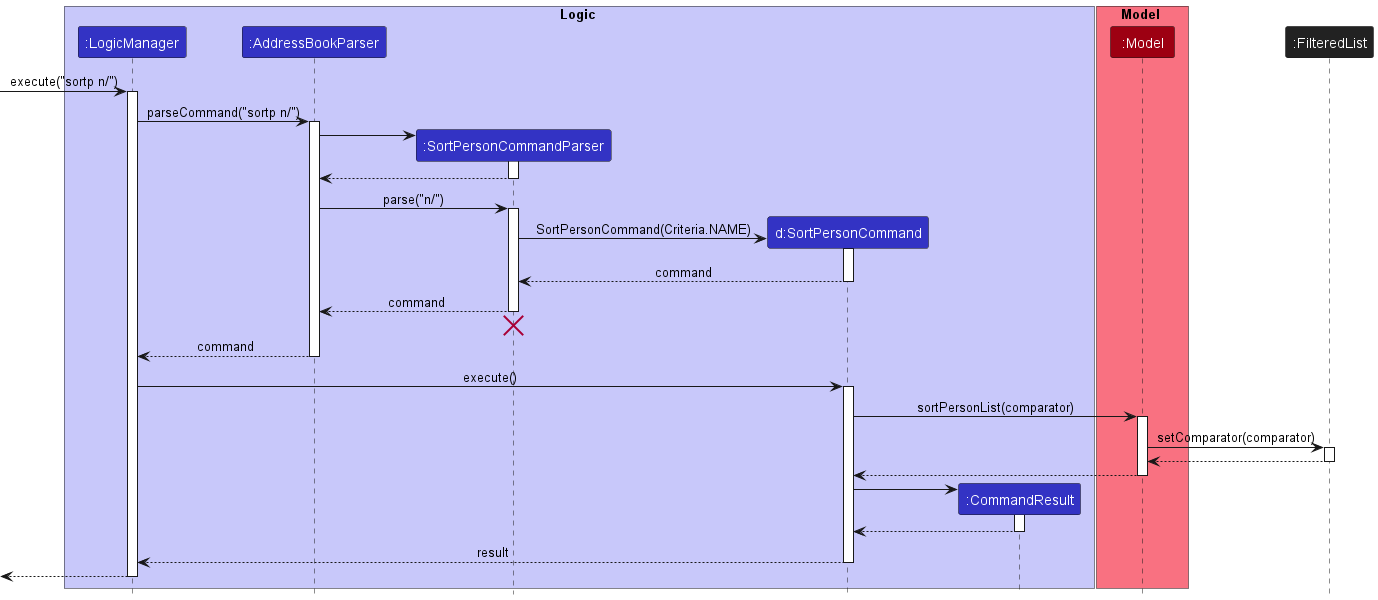
Above: docs/images/SortPersonSequence.png in nus-cs2103-AY2223S1/tp (PlantUML), before the change.
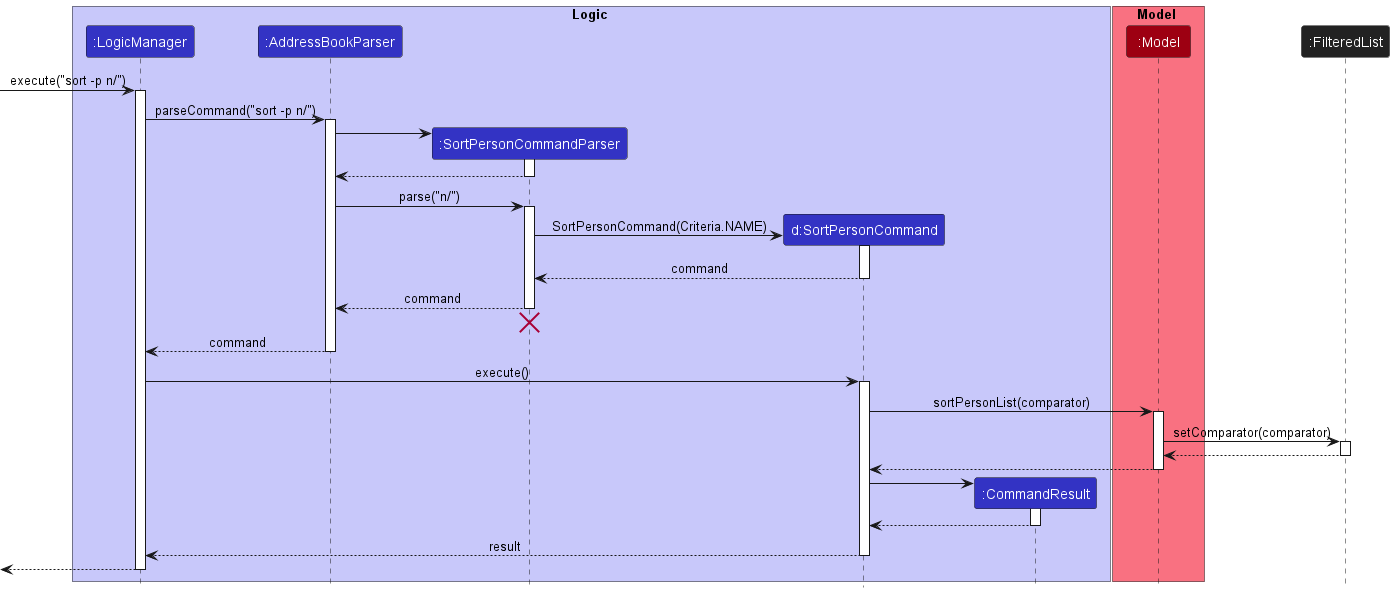
The same diagram one commit later.

Commit message:
Fix sort person command not using flag

What changed in the source:
```diff
@@ -15,10 +15,10 @@
 
 participant ":FilteredList" as FilteredList #222222
 
-[-> LogicManager : execute("sortp n/")
+[-> LogicManager : execute("sort -p n/")
 activate LogicManager
 
-LogicManager -> AddressBookParser : parseCommand("sortp n/")
+LogicManager -> AddressBookParser : parseCommand("sort -p n/")
 activate AddressBookParser
 
 create SortPersonCommandParser
```
